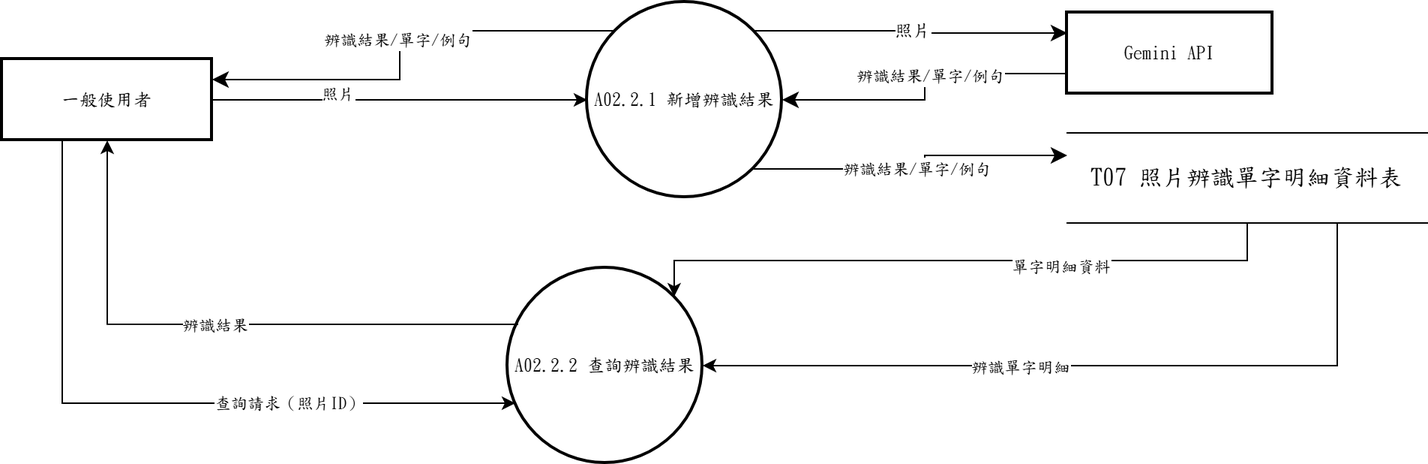
Before: 系統文件/第6章/DFD圖/圖2/新/圖2.2.drawio.png, a diagram exported from draw.io (s22452007/115502). Source tidied: cells renumbered, new cells last; positions are measured from the earlier drawing's top-left corner, leaving out a move shared by most shapes.
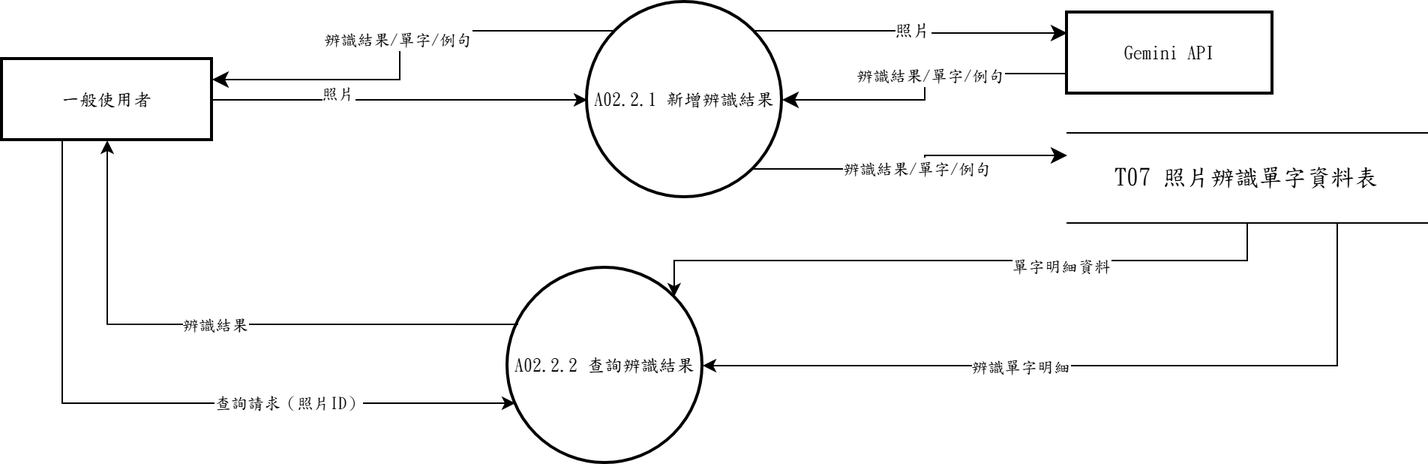
The same file after the commit.

Diff of the diagram source:
```diff
@@ -23,7 +23,7 @@
         <mxPoint y="-4" as="offset" />
       </mxGeometry>
     </mxCell>
-    <mxCell id="7" value="&lt;span lang=&quot;EN-US&quot; style=&quot;font-size: 12pt;&quot;&gt;T07&amp;nbsp;&lt;/span&gt;&lt;span style=&quot;font-size: 12pt;&quot;&gt;照片辨識單字明細資料表&lt;/span&gt;" style="shape=partialRectangle;whiteSpace=wrap;html=1;left=0;right=0;fontFamily=標楷體;" parent="1" vertex="1">
+    <mxCell id="7" value="&lt;span lang=&quot;EN-US&quot; style=&quot;font-size: 12pt;&quot;&gt;T07&amp;nbsp;&lt;/span&gt;&lt;span style=&quot;font-size: 12pt;&quot;&gt;照片辨識單字資料表&lt;/span&gt;" style="shape=partialRectangle;whiteSpace=wrap;html=1;left=0;right=0;fontFamily=標楷體;" parent="1" vertex="1">
       <mxGeometry x="710" y="87" width="240" height="60" as="geometry" />
     </mxCell>
     <mxCell id="8" style="edgeStyle=orthogonalEdgeStyle;rounded=0;jettySize=auto;html=1;exitX=0.7500;exitY=1.0000;exitDx=0;exitDy=0;exitPerimeter=0;entryX=1.0000;entryY=0.5000;entryDx=0;entryDy=0;entryPerimeter=0;" parent="1" edge="1" source="7" target="10">
```
